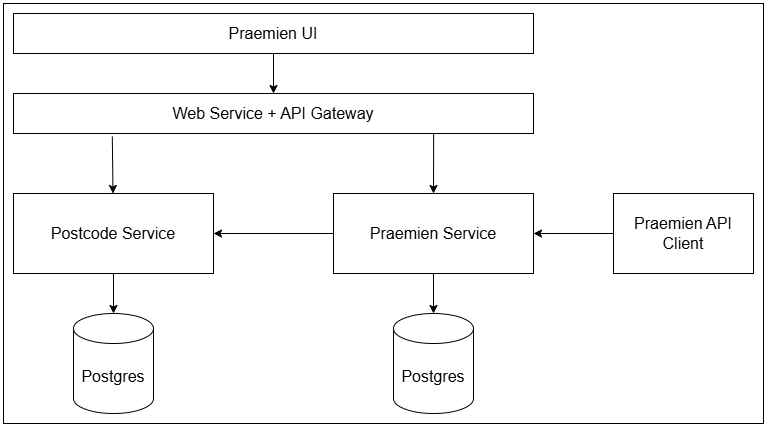
Earlier version of the draw.io export architecture_praemien.drawio.png (blaszczyk/scopevisio_coding_challenge). Source tidied: cells renumbered, new cells last; positions are measured from the earlier drawing's top-left corner, leaving out a move shared by most shapes. The source it was exported from:
```xml
<mxGraphModel>
  <root>
    <mxCell id="0" />
    <mxCell id="1" parent="0" />
    <mxCell id="2" style="rounded=0;whiteSpace=wrap;html=1;" parent="1" vertex="1">
      <mxGeometry width="760" height="420" as="geometry" />
    </mxCell>
    <mxCell id="3" style="edgeStyle=orthogonalEdgeStyle;rounded=0;jettySize=auto;html=1;exitX=0.5;exitY=1;exitDx=0;exitDy=0;entryX=0.5;entryY=0;entryDx=0;entryDy=0;" parent="1" edge="1" source="4" target="5">
      <mxGeometry relative="1" as="geometry" />
    </mxCell>
    <mxCell id="4" value="&lt;font&gt;Praemien UI&lt;/font&gt;" style="rounded=0;whiteSpace=wrap;html=1;fontSize=16;" parent="1" vertex="1">
      <mxGeometry x="10" y="10" width="520" height="40" as="geometry" />
    </mxCell>
    <mxCell id="5" value="Web Service + API Gateway" style="rounded=0;whiteSpace=wrap;html=1;fontSize=16;" parent="1" vertex="1">
      <mxGeometry x="10" y="90" width="520" height="40" as="geometry" />
    </mxCell>
    <mxCell id="6" value="Postcode Service" style="rounded=0;whiteSpace=wrap;html=1;fontSize=16;" parent="1" vertex="1">
      <mxGeometry x="10" y="190" width="200" height="80" as="geometry" />
    </mxCell>
    <mxCell id="7" value="Praemien Service" style="rounded=0;whiteSpace=wrap;html=1;fontSize=16;" parent="1" vertex="1">
      <mxGeometry x="330" y="190" width="200" height="80" as="geometry" />
    </mxCell>
    <mxCell id="8" value="Postgres" style="shape=cylinder3;whiteSpace=wrap;html=1;boundedLbl=1;backgroundOutline=1;size=15;fontSize=16;" parent="1" vertex="1">
      <mxGeometry x="70" y="310" width="80" height="100" as="geometry" />
    </mxCell>
    <mxCell id="9" value="Postgres" style="shape=cylinder3;whiteSpace=wrap;html=1;boundedLbl=1;backgroundOutline=1;size=15;fontSize=16;" parent="1" vertex="1">
      <mxGeometry x="390" y="310" width="80" height="100" as="geometry" />
    </mxCell>
    <mxCell id="10" style="endArrow=classic;html=1;rounded=0;exitX=0.19;exitY=1.075;exitDx=0;exitDy=0;exitPerimeter=0;" parent="1" edge="1" source="5" target="6">
      <mxGeometry relative="1" as="geometry" />
    </mxCell>
    <mxCell id="11" style="endArrow=classic;html=1;rounded=0;exitX=0.808;exitY=1;exitDx=0;exitDy=0;exitPerimeter=0;entryX=0.5;entryY=0;entryDx=0;entryDy=0;" parent="1" edge="1" source="5" target="7">
      <mxGeometry relative="1" as="geometry" />
    </mxCell>
    <mxCell id="12" style="endArrow=classic;html=1;rounded=0;exitX=0.5;exitY=1;exitDx=0;exitDy=0;entryX=0.5;entryY=0;entryDx=0;entryDy=0;entryPerimeter=0;" parent="1" edge="1" source="7" target="9">
      <mxGeometry relative="1" as="geometry" />
    </mxCell>
    <mxCell id="13" style="endArrow=classic;html=1;rounded=0;exitX=0.5;exitY=1;exitDx=0;exitDy=0;entryX=0.5;entryY=0;entryDx=0;entryDy=0;entryPerimeter=0;" parent="1" edge="1" source="6" target="8">
      <mxGeometry relative="1" as="geometry" />
    </mxCell>
    <mxCell id="14" style="endArrow=classic;html=1;rounded=0;entryX=1;entryY=0.5;entryDx=0;entryDy=0;exitX=0;exitY=0.5;exitDx=0;exitDy=0;" parent="1" edge="1" source="7" target="6">
      <mxGeometry relative="1" as="geometry" />
    </mxCell>
    <mxCell id="15" value="Praemien API Client" style="rounded=0;whiteSpace=wrap;html=1;fontSize=16;" parent="1" vertex="1">
      <mxGeometry x="610" y="190" width="140" height="80" as="geometry" />
    </mxCell>
    <mxCell id="16" style="endArrow=classic;html=1;rounded=0;entryX=1;entryY=0.5;entryDx=0;entryDy=0;exitX=0;exitY=0.5;exitDx=0;exitDy=0;" parent="1" edge="1" source="15" target="7">
      <mxGeometry relative="1" as="geometry" />
    </mxCell>
  </root>
</mxGraphModel>
```
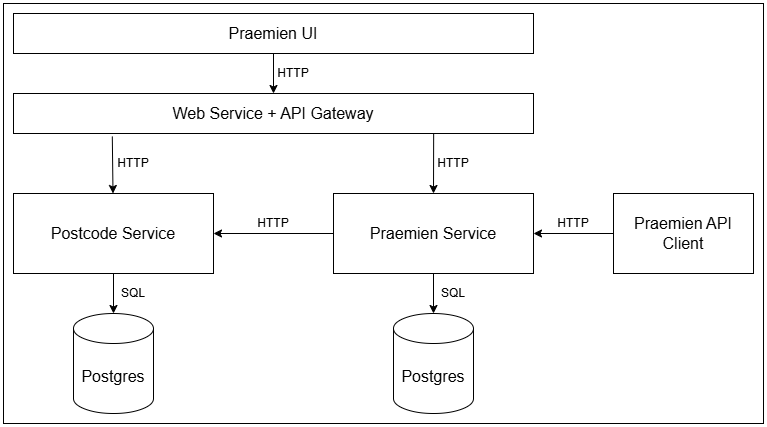
After the change.

Commit message:
protocols on architecture arrows

Diff of the diagram source:
```diff
@@ -47,5 +47,26 @@
     <mxCell id="16" style="endArrow=classic;html=1;rounded=0;entryX=1;entryY=0.5;entryDx=0;entryDy=0;exitX=0;exitY=0.5;exitDx=0;exitDy=0;" parent="1" edge="1" source="15" target="7">
       <mxGeometry relative="1" as="geometry" />
     </mxCell>
+    <mxCell id="17" value="HTTP" style="text;html=1;align=center;verticalAlign=middle;whiteSpace=wrap;rounded=0;" parent="1" vertex="1">
+      <mxGeometry x="260" y="60" width="60" height="20" as="geometry" />
+    </mxCell>
+    <mxCell id="18" value="HTTP" style="text;html=1;align=center;verticalAlign=middle;whiteSpace=wrap;rounded=0;" parent="1" vertex="1">
+      <mxGeometry x="100" y="150" width="60" height="20" as="geometry" />
+    </mxCell>
+    <mxCell id="19" value="HTTP" style="text;html=1;align=center;verticalAlign=middle;whiteSpace=wrap;rounded=0;" parent="1" vertex="1">
+      <mxGeometry x="420" y="150" width="60" height="20" as="geometry" />
+    </mxCell>
+    <mxCell id="20" value="HTTP" style="text;html=1;align=center;verticalAlign=middle;whiteSpace=wrap;rounded=0;" parent="1" vertex="1">
+      <mxGeometry x="240" y="210" width="60" height="20" as="geometry" />
+    </mxCell>
+    <mxCell id="21" value="HTTP" style="text;html=1;align=center;verticalAlign=middle;whiteSpace=wrap;rounded=0;" parent="1" vertex="1">
+      <mxGeometry x="540" y="210" width="60" height="20" as="geometry" />
+    </mxCell>
+    <mxCell id="22" value="SQL" style="text;html=1;align=center;verticalAlign=middle;whiteSpace=wrap;rounded=0;" parent="1" vertex="1">
+      <mxGeometry x="110" y="280" width="40" height="20" as="geometry" />
+    </mxCell>
+    <mxCell id="23" value="SQL" style="text;html=1;align=center;verticalAlign=middle;whiteSpace=wrap;rounded=0;" parent="1" vertex="1">
+      <mxGeometry x="430" y="280" width="40" height="20" as="geometry" />
+    </mxCell>
   </root>
 </mxGraphModel>
```
